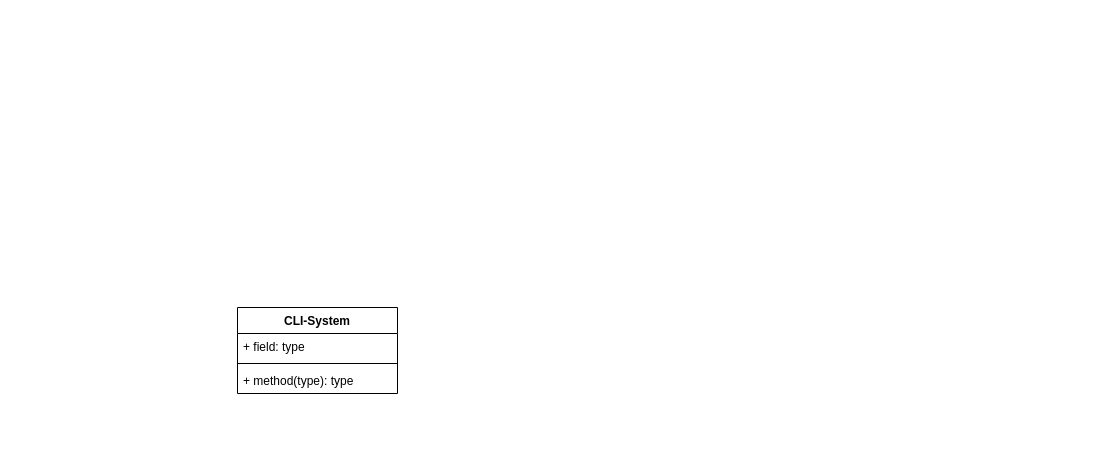
Above: page "CLI-Based System" (5 of 8) of M01 Venus/docs/figures/Class Diagram.drawio in KCyrusNF/Dyad-Epistemics (draw.io), before the change. Source tidied: cells renumbered, new cells numbered last; positions are measured from the earlier drawing's top-left corner, leaving out a move shared by most shapes. Both pictures are drawn from the tidied source at 100%, with x=0, y=0 at pixel (237, 307).
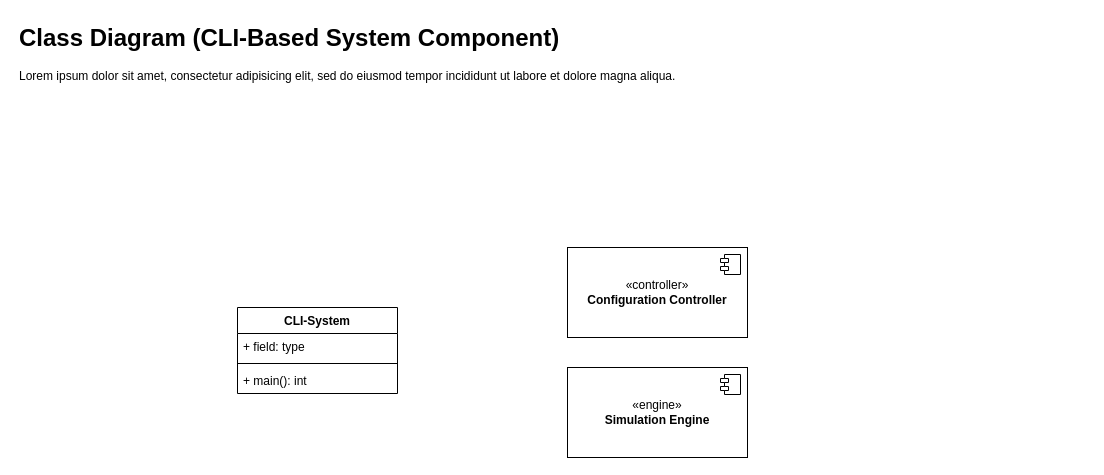
Above is the later version.

Commit message (it also covers changes not shown here):
Expand and refine class diagram architecture

- implement major structural additions
- improve core system architecture
- refine model relationships and responsibilities
- continue development of UML design

Change to the diagram source:
```diff
@@
 <mxGraphModel>
   <root>
     <mxCell id="0" />
     <mxCell id="1" parent="0" />
     <mxCell id="2" value="CLI-System" style="swimlane;fontStyle=1;align=center;verticalAlign=top;horizontal=1;startSize=26;whiteSpace=wrap;html=1;" parent="1" vertex="1">
       <mxGeometry width="160" height="86" as="geometry" />
     </mxCell>
     <mxCell id="3" value="+ field: type" style="text;strokeColor=none;fillColor=none;align=left;verticalAlign=top;spacingLeft=4;spacingRight=4;overflow=hidden;whiteSpace=wrap;html=1;gradientColor=none;" parent="2" vertex="1">
       <mxGeometry y="26" width="160" height="26" as="geometry" />
     </mxCell>
     <mxCell id="4" style="line;strokeWidth=1;fillColor=none;align=left;verticalAlign=middle;spacingTop=-1;spacingLeft=3;spacingRight=3;labelPosition=right;strokeColor=inherit;" parent="2" vertex="1">
       <mxGeometry y="52" width="160" height="8" as="geometry" />
     </mxCell>
-    <mxCell id="5" value="+ method(type): type" style="text;strokeColor=none;fillColor=none;align=left;verticalAlign=top;spacingLeft=4;spacingRight=4;overflow=hidden;whiteSpace=wrap;html=1;" parent="2" vertex="1">
+    <mxCell id="5" value="+ main(): int" style="text;strokeColor=none;fillColor=none;align=left;verticalAlign=top;spacingLeft=4;spacingRight=4;overflow=hidden;whiteSpace=wrap;html=1;" parent="2" vertex="1">
       <mxGeometry y="60" width="160" height="26" as="geometry" />
     </mxCell>
+    <mxCell id="6" value="&lt;div&gt;«controller»&lt;/div&gt;&lt;div&gt;&lt;b&gt;Configuration Controller&lt;/b&gt;&lt;/div&gt;" style="html=1;whiteSpace=wrap;" parent="1" vertex="1">
+      <mxGeometry x="330" y="-60" width="180" height="90" as="geometry" />
+    </mxCell>
+    <mxCell id="7" style="shape=module;jettyWidth=8;jettyHeight=4;" parent="6" vertex="1">
+      <mxGeometry x="1" width="20" height="20" relative="1" as="geometry">
+        <mxPoint x="-27" y="7" as="offset" />
+      </mxGeometry>
+    </mxCell>
+    <mxCell id="8" value="&lt;div&gt;«engine»&lt;/div&gt;&lt;div&gt;&lt;b&gt;Simulation Engine&lt;/b&gt;&lt;/div&gt;" style="html=1;whiteSpace=wrap;" parent="1" vertex="1">
+      <mxGeometry x="330" y="60" width="180" height="90" as="geometry" />
+    </mxCell>
+    <mxCell id="9" style="shape=module;jettyWidth=8;jettyHeight=4;" parent="8" vertex="1">
+      <mxGeometry x="1" width="20" height="20" relative="1" as="geometry">
+        <mxPoint x="-27" y="7" as="offset" />
+      </mxGeometry>
+    </mxCell>
+    <mxCell id="10" value="&lt;h1 style=&quot;margin-top: 0px;&quot;&gt;Class Diagram (CLI-Based System Component)&lt;/h1&gt;&lt;p&gt;Lorem ipsum dolor sit amet, consectetur adipisicing elit, sed do eiusmod tempor incididunt ut labore et dolore magna aliqua.&lt;/p&gt;" style="text;html=1;whiteSpace=wrap;overflow=hidden;rounded=0;" parent="1" vertex="1">
+      <mxGeometry x="-220" y="-290" width="1070" height="120" as="geometry" />
+    </mxCell>
   </root>
 </mxGraphModel>
```
